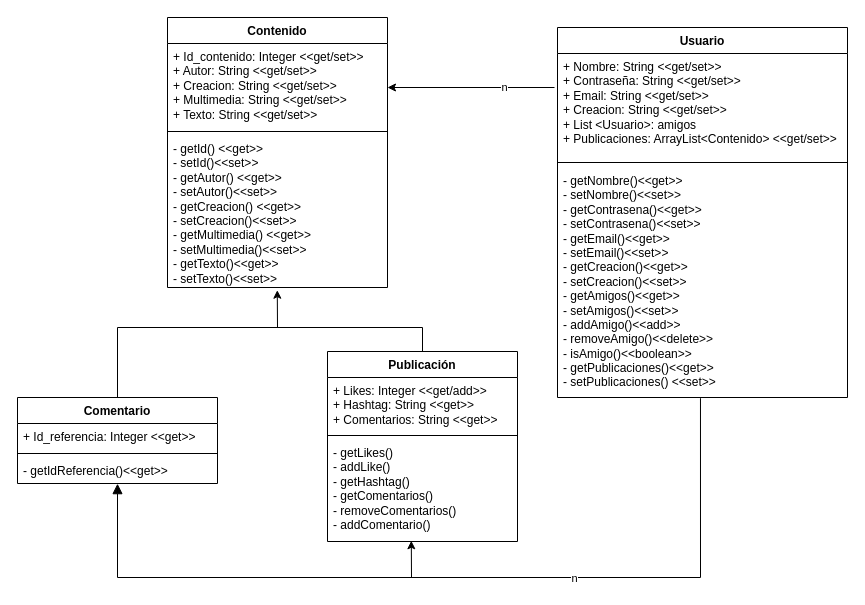
Earlier version of the draw.io diagram diag/dc.drawio (Kore29/Program-Whale). Source tidied: cells renumbered, new cells numbered last; positions are measured from the earlier drawing's top-left corner, leaving out a move shared by most shapes. Both pictures are drawn from the tidied source at 100%, with x=0, y=0 at pixel (17, 17).
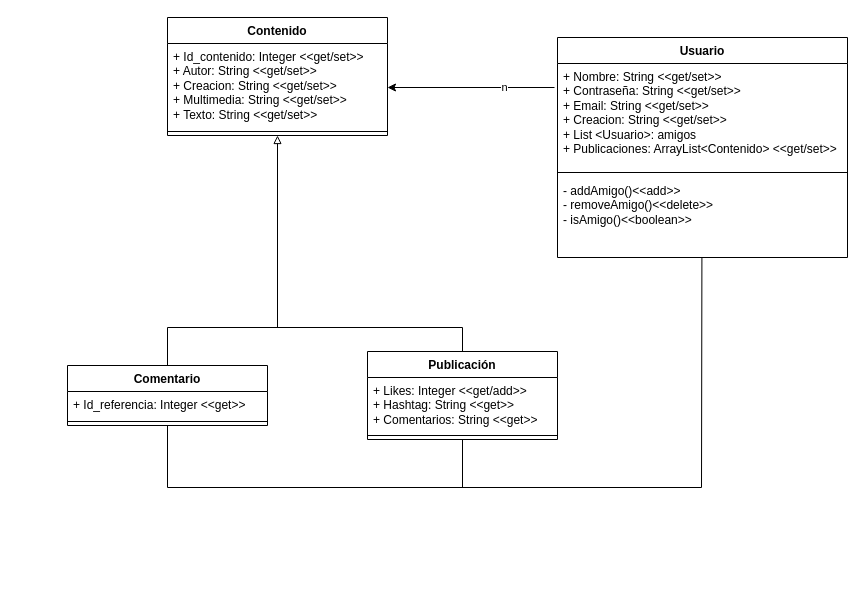
After the change.

The edit, as a diff of the source:
```diff
@@
     <mxCell id="2" value="Usuario" style="swimlane;fontStyle=1;align=center;verticalAlign=top;horizontal=1;startSize=26;whiteSpace=wrap;html=1;" parent="1" vertex="1">
-      <mxGeometry x="540" y="10" width="290" height="370" as="geometry" />
+      <mxGeometry x="540" y="20" width="290" height="220" as="geometry" />
     </mxCell>
@@
-    <mxCell id="5" value="-&amp;nbsp;getNombre()&amp;lt;&amp;lt;get&amp;gt;&amp;gt;&lt;div&gt;-&amp;nbsp;setNombre()&lt;span style=&quot;background-color: transparent; color: light-dark(rgb(0, 0, 0), rgb(255, 255, 255));&quot;&gt;&amp;lt;&amp;lt;set&amp;gt;&amp;gt;&lt;/span&gt;&lt;/div&gt;&lt;div&gt;-&amp;nbsp;getContrasena()&lt;span style=&quot;background-color: transparent; color: light-dark(rgb(0, 0, 0), rgb(255, 255, 255));&quot;&gt;&amp;lt;&amp;lt;get&amp;gt;&amp;gt;&lt;/span&gt;&lt;/div&gt;&lt;div&gt;-&amp;nbsp;setContrasena()&lt;span style=&quot;background-color: transparent; color: light-dark(rgb(0, 0, 0), rgb(255, 255, 255));&quot;&gt;&amp;lt;&amp;lt;set&amp;gt;&amp;gt;&lt;/span&gt;&lt;/div&gt;&lt;div&gt;-&amp;nbsp;getEmail()&lt;span style=&quot;background-color: transparent; color: light-dark(rgb(0, 0, 0), rgb(255, 255, 255));&quot;&gt;&amp;lt;&amp;lt;get&amp;gt;&amp;gt;&lt;/span&gt;&lt;/div&gt;&lt;div&gt;-&amp;nbsp;setEmail()&lt;span style=&quot;background-color: transparent; color: light-dark(rgb(0, 0, 0), rgb(255, 255, 255));&quot;&gt;&amp;lt;&amp;lt;set&amp;gt;&amp;gt;&lt;/span&gt;&lt;/div&gt;&lt;div&gt;-&amp;nbsp;getCreacion()&lt;span style=&quot;background-color: transparent; color: light-dark(rgb(0, 0, 0), rgb(255, 255, 255));&quot;&gt;&amp;lt;&amp;lt;get&amp;gt;&amp;gt;&lt;/span&gt;&lt;/div&gt;&lt;div&gt;-&amp;nbsp;setCreacion()&lt;span style=&quot;background-color: transparent; color: light-dark(rgb(0, 0, 0), rgb(255, 255, 255));&quot;&gt;&amp;lt;&amp;lt;set&amp;gt;&amp;gt;&lt;/span&gt;&lt;/div&gt;&lt;div&gt;-&amp;nbsp;getAmigos()&lt;span style=&quot;background-color: transparent; color: light-dark(rgb(0, 0, 0), rgb(255, 255, 255));&quot;&gt;&amp;lt;&amp;lt;get&amp;gt;&amp;gt;&lt;/span&gt;&lt;/div&gt;&lt;div&gt;-&amp;nbsp;setAmigos()&lt;span style=&quot;background-color: transparent; color: light-dark(rgb(0, 0, 0), rgb(255, 255, 255));&quot;&gt;&amp;lt;&amp;lt;set&amp;gt;&amp;gt;&lt;/span&gt;&lt;/div&gt;&lt;div&gt;-&amp;nbsp;addAmigo()&lt;span style=&quot;background-color: transparent; color: light-dark(rgb(0, 0, 0), rgb(255, 255, 255));&quot;&gt;&amp;lt;&amp;lt;add&amp;gt;&amp;gt;&lt;/span&gt;&lt;/div&gt;&lt;div&gt;-&amp;nbsp;removeAmigo()&lt;span style=&quot;background-color: transparent; color: light-dark(rgb(0, 0, 0), rgb(255, 255, 255));&quot;&gt;&amp;lt;&amp;lt;delete&amp;gt;&amp;gt;&lt;/span&gt;&lt;/div&gt;&lt;div&gt;-&amp;nbsp;isAmigo()&lt;span style=&quot;background-color: transparent; color: light-dark(rgb(0, 0, 0), rgb(255, 255, 255));&quot;&gt;&amp;lt;&amp;lt;boolean&amp;gt;&amp;gt;&lt;/span&gt;&lt;/div&gt;&lt;div&gt;-&amp;nbsp;getPublicaciones()&lt;span style=&quot;background-color: transparent; color: light-dark(rgb(0, 0, 0), rgb(255, 255, 255));&quot;&gt;&amp;lt;&amp;lt;get&amp;gt;&amp;gt;&lt;/span&gt;&lt;/div&gt;&lt;div&gt;-&amp;nbsp;setPublicaciones() &amp;lt;&amp;lt;set&amp;gt;&amp;gt;&lt;/div&gt;" style="text;strokeColor=none;fillColor=none;align=left;verticalAlign=top;spacingLeft=4;spacingRight=4;overflow=hidden;points=[[0,0.5],[1,0.5]];portConstraint=eastwest;whiteSpace=wrap;html=1;" parent="2" vertex="1">
-      <mxGeometry y="140" width="290" height="230" as="geometry" />
+    <mxCell id="5" value="&lt;div&gt;-&amp;nbsp;addAmigo()&lt;span style=&quot;background-color: transparent; color: light-dark(rgb(0, 0, 0), rgb(255, 255, 255));&quot;&gt;&amp;lt;&amp;lt;add&amp;gt;&amp;gt;&lt;/span&gt;&lt;/div&gt;&lt;div&gt;-&amp;nbsp;removeAmigo()&lt;span style=&quot;background-color: transparent; color: light-dark(rgb(0, 0, 0), rgb(255, 255, 255));&quot;&gt;&amp;lt;&amp;lt;delete&amp;gt;&amp;gt;&lt;/span&gt;&lt;/div&gt;&lt;div&gt;-&amp;nbsp;isAmigo()&lt;span style=&quot;background-color: transparent; color: light-dark(rgb(0, 0, 0), rgb(255, 255, 255));&quot;&gt;&amp;lt;&amp;lt;boolean&amp;gt;&amp;gt;&lt;/span&gt;&lt;/div&gt;" style="text;strokeColor=none;fillColor=none;align=left;verticalAlign=top;spacingLeft=4;spacingRight=4;overflow=hidden;points=[[0,0.5],[1,0.5]];portConstraint=eastwest;whiteSpace=wrap;html=1;" parent="2" vertex="1">
+      <mxGeometry y="140" width="290" height="80" as="geometry" />
     </mxCell>
-    <mxCell id="6" style="html=1;verticalAlign=bottom;endArrow=block;curved=0;rounded=0;fontSize=12;startSize=8;endSize=8;entryX=0.5;entryY=1.006;entryDx=0;entryDy=0;entryPerimeter=0;" parent="1" edge="1" target="12">
-      <mxGeometry relative="1" as="geometry">
-        <mxPoint x="400" y="560" as="sourcePoint" />
-        <Array as="points">
-          <mxPoint x="100" y="560" />
-        </Array>
-      </mxGeometry>
-    </mxCell>
-    <mxCell id="7" style="endArrow=classic;html=1;rounded=0;exitX=0.493;exitY=1.003;exitDx=0;exitDy=0;exitPerimeter=0;entryX=0.441;entryY=0.993;entryDx=0;entryDy=0;entryPerimeter=0;" parent="1" edge="1" source="5" target="16">
-      <mxGeometry relative="1" as="geometry">
-        <Array as="points">
-          <mxPoint x="683" y="560" />
-          <mxPoint x="394" y="560" />
-        </Array>
-      </mxGeometry>
-    </mxCell>
-    <mxCell id="8" value="n" style="edgeLabel;html=1;align=center;verticalAlign=middle;" parent="7" vertex="1">
-      <mxGeometry x="0.21" relative="1" as="geometry" />
-    </mxCell>
     <mxCell id="9" value="Comentario" style="swimlane;fontStyle=1;align=center;verticalAlign=top;horizontal=1;startSize=26;whiteSpace=wrap;html=1;" parent="1" vertex="1">
-      <mxGeometry y="380" width="200" height="86" as="geometry" />
+      <mxGeometry x="50" y="348" width="200" height="60" as="geometry" />
     </mxCell>
@@
-    <mxCell id="12" value="-&amp;nbsp;getIdReferencia()&amp;lt;&amp;lt;get&amp;gt;&amp;gt;" style="text;strokeColor=none;fillColor=none;align=left;verticalAlign=top;spacingLeft=4;spacingRight=4;overflow=hidden;points=[[0,0.5],[1,0.5]];portConstraint=eastwest;whiteSpace=wrap;html=1;" parent="9" vertex="1">
-      <mxGeometry y="60" width="200" height="26" as="geometry" />
-    </mxCell>
     <mxCell id="13" value="Publicación" style="swimlane;fontStyle=1;align=center;verticalAlign=top;horizontal=1;startSize=26;whiteSpace=wrap;html=1;" parent="1" vertex="1">
-      <mxGeometry x="310" y="334" width="190" height="190" as="geometry" />
+      <mxGeometry x="350" y="334" width="190" height="88" as="geometry" />
     </mxCell>
@@
-    <mxCell id="16" value="-&amp;nbsp;getLikes()&lt;div&gt;-&amp;nbsp;addLike()&lt;/div&gt;&lt;div&gt;-&amp;nbsp;getHashtag()&lt;/div&gt;&lt;div&gt;-&amp;nbsp;getComentarios()&lt;/div&gt;&lt;div&gt;-&amp;nbsp;removeComentarios()&lt;/div&gt;&lt;div&gt;-&amp;nbsp;addComentario()&lt;/div&gt;" style="text;strokeColor=none;fillColor=none;align=left;verticalAlign=top;spacingLeft=4;spacingRight=4;overflow=hidden;points=[[0,0.5],[1,0.5]];portConstraint=eastwest;whiteSpace=wrap;html=1;" parent="13" vertex="1">
-      <mxGeometry y="88" width="190" height="102" as="geometry" />
-    </mxCell>
-    <mxCell id="17" style="endArrow=classic;html=1;rounded=0;entryX=0.499;entryY=1.018;entryDx=0;entryDy=0;entryPerimeter=0;" parent="1" edge="1" target="23">
+    <mxCell id="17" style="endArrow=block;html=1;rounded=0;entryX=0.5;entryY=1;entryDx=0;entryDy=0;endFill=0;" parent="1" edge="1" target="20">
       <mxGeometry relative="1" as="geometry">
         <mxPoint x="260" y="310" as="sourcePoint" />
       </mxGeometry>
     </mxCell>
     <mxCell id="18" style="endArrow=none;html=1;rounded=0;entryX=0.5;entryY=0;entryDx=0;entryDy=0;" parent="1" edge="1" target="13">
       <mxGeometry relative="1" as="geometry">
-        <mxPoint x="210" y="310" as="sourcePoint" />
+        <mxPoint x="260" y="310" as="sourcePoint" />
         <Array as="points">
-          <mxPoint x="405" y="310" />
+          <mxPoint x="445" y="310" />
         </Array>
       </mxGeometry>
     </mxCell>
     <mxCell id="19" style="endArrow=none;html=1;rounded=0;exitX=0.5;exitY=0;exitDx=0;exitDy=0;" parent="1" edge="1" source="9">
       <mxGeometry relative="1" as="geometry">
-        <mxPoint x="220" y="310" as="targetPoint" />
+        <mxPoint x="270" y="310" as="targetPoint" />
         <Array as="points">
-          <mxPoint x="100" y="310" />
+          <mxPoint x="150" y="310" />
         </Array>
       </mxGeometry>
     </mxCell>
     <mxCell id="20" value="Contenido" style="swimlane;fontStyle=1;align=center;verticalAlign=top;horizontal=1;startSize=26;whiteSpace=wrap;html=1;" parent="1" vertex="1">
-      <mxGeometry x="150" width="220" height="270" as="geometry" />
+      <mxGeometry x="150" width="220" height="118" as="geometry" />
     </mxCell>
@@
-    <mxCell id="23" value="-&amp;nbsp;getId() &amp;lt;&amp;lt;get&amp;gt;&amp;gt;&lt;div&gt;-&amp;nbsp;setId()&lt;span style=&quot;background-color: transparent; color: light-dark(rgb(0, 0, 0), rgb(255, 255, 255));&quot;&gt;&amp;lt;&amp;lt;set&amp;gt;&amp;gt;&lt;/span&gt;&lt;/div&gt;&lt;div&gt;-&amp;nbsp;getAutor()&amp;nbsp;&lt;span style=&quot;background-color: transparent; color: light-dark(rgb(0, 0, 0), rgb(255, 255, 255));&quot;&gt;&amp;lt;&amp;lt;get&amp;gt;&amp;gt;&lt;/span&gt;&lt;/div&gt;&lt;div&gt;-&amp;nbsp;setAutor()&lt;span style=&quot;background-color: transparent; color: light-dark(rgb(0, 0, 0), rgb(255, 255, 255));&quot;&gt;&amp;lt;&amp;lt;set&amp;gt;&amp;gt;&lt;/span&gt;&lt;/div&gt;&lt;div&gt;-&amp;nbsp;getCreacion()&amp;nbsp;&lt;span style=&quot;background-color: transparent; color: light-dark(rgb(0, 0, 0), rgb(255, 255, 255));&quot;&gt;&amp;lt;&amp;lt;get&amp;gt;&amp;gt;&lt;/span&gt;&lt;/div&gt;&lt;div&gt;-&amp;nbsp;setCreacion()&lt;span style=&quot;background-color: transparent; color: light-dark(rgb(0, 0, 0), rgb(255, 255, 255));&quot;&gt;&amp;lt;&amp;lt;set&amp;gt;&amp;gt;&lt;/span&gt;&lt;/div&gt;&lt;div&gt;-&amp;nbsp;getMultimedia()&amp;nbsp;&lt;span style=&quot;background-color: transparent; color: light-dark(rgb(0, 0, 0), rgb(255, 255, 255));&quot;&gt;&amp;lt;&amp;lt;get&amp;gt;&amp;gt;&lt;/span&gt;&lt;/div&gt;&lt;div&gt;-&amp;nbsp;setMultimedia()&lt;span style=&quot;background-color: transparent; color: light-dark(rgb(0, 0, 0), rgb(255, 255, 255));&quot;&gt;&amp;lt;&amp;lt;set&amp;gt;&amp;gt;&lt;/span&gt;&lt;/div&gt;&lt;div&gt;-&amp;nbsp;getTexto()&lt;span style=&quot;background-color: transparent; color: light-dark(rgb(0, 0, 0), rgb(255, 255, 255));&quot;&gt;&amp;lt;&amp;lt;get&amp;gt;&amp;gt;&lt;/span&gt;&lt;/div&gt;&lt;div&gt;-&amp;nbsp;setTexto()&lt;span style=&quot;background-color: transparent; color: light-dark(rgb(0, 0, 0), rgb(255, 255, 255));&quot;&gt;&amp;lt;&amp;lt;set&amp;gt;&amp;gt;&lt;/span&gt;&lt;/div&gt;" style="text;strokeColor=none;fillColor=none;align=left;verticalAlign=top;spacingLeft=4;spacingRight=4;overflow=hidden;points=[[0,0.5],[1,0.5]];portConstraint=eastwest;whiteSpace=wrap;html=1;" parent="20" vertex="1">
-      <mxGeometry y="118" width="220" height="152" as="geometry" />
-    </mxCell>
@@
+    <mxCell id="26" style="endArrow=none;html=1;rounded=0;entryX=0.498;entryY=1;entryDx=0;entryDy=0;entryPerimeter=0;exitX=0.5;exitY=1;exitDx=0;exitDy=0;" parent="1" edge="1" source="9" target="5">
+      <mxGeometry relative="1" as="geometry">
+        <Array as="points">
+          <mxPoint x="150" y="470" />
+          <mxPoint x="684" y="470" />
+        </Array>
+      </mxGeometry>
+    </mxCell>
+    <mxCell id="27" style="endArrow=none;html=1;rounded=0;entryX=0.5;entryY=1;entryDx=0;entryDy=0;" parent="1" edge="1" target="13">
+      <mxGeometry relative="1" as="geometry">
+        <mxPoint x="445" y="470" as="sourcePoint" />
+      </mxGeometry>
+    </mxCell>
```
